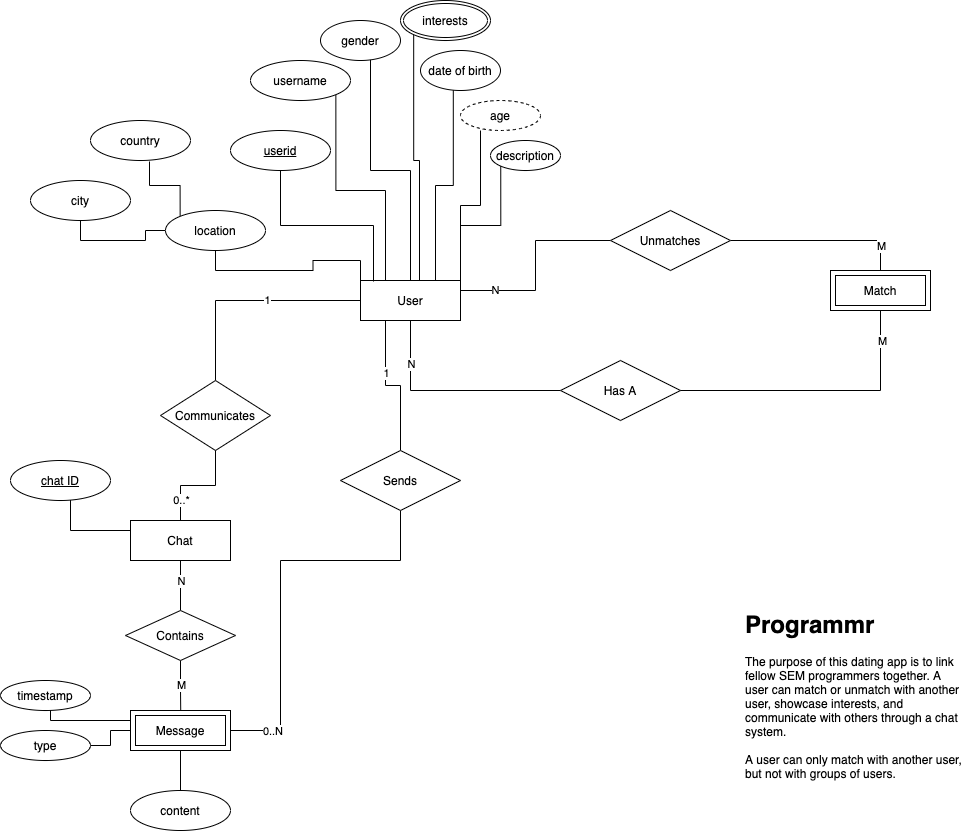
This is images/er_diagram.png from gsastraw/Programmr, a draw.io export, as it was before one commit. Source tidied: cells renumbered, new cells last; positions are measured from the earlier drawing's top-left corner, leaving out a move shared by most shapes. Its diagram source:
```xml
<mxGraphModel>
  <root>
    <mxCell id="0" />
    <mxCell id="1" parent="0" />
    <mxCell id="2" style="edgeStyle=orthogonalEdgeStyle;rounded=0;jettySize=auto;html=1;entryX=0.625;entryY=0.75;entryDx=0;entryDy=0;entryPerimeter=0;strokeColor=#000000;" parent="1" edge="1" source="16" target="20">
      <mxGeometry relative="1" as="geometry" />
    </mxCell>
    <mxCell id="3" style="edgeStyle=orthogonalEdgeStyle;rounded=0;jettySize=auto;html=1;exitX=0.75;exitY=0;exitDx=0;exitDy=0;strokeColor=#000000;entryX=0.41;entryY=0.975;entryDx=0;entryDy=0;entryPerimeter=0;endArrow=none;endFill=0;" parent="1" edge="1" source="16" target="21">
      <mxGeometry relative="1" as="geometry" />
    </mxCell>
    <mxCell id="4" style="edgeStyle=orthogonalEdgeStyle;rounded=0;jettySize=auto;html=1;exitX=0;exitY=0.5;exitDx=0;exitDy=0;strokeColor=#000000;endArrow=none;endFill=0;" parent="1" edge="1" source="16" target="25">
      <mxGeometry relative="1" as="geometry" />
    </mxCell>
    <mxCell id="5" value="1" style="edgeLabel;html=1;align=center;verticalAlign=middle;" parent="4" vertex="1">
      <mxGeometry x="-0.16" y="-1" relative="1" as="geometry" />
    </mxCell>
    <mxCell id="6" style="edgeStyle=orthogonalEdgeStyle;rounded=0;jettySize=auto;html=1;exitX=0.25;exitY=1;exitDx=0;exitDy=0;strokeColor=#000000;endArrow=none;endFill=0;" parent="1" edge="1" source="16" target="38">
      <mxGeometry relative="1" as="geometry" />
    </mxCell>
    <mxCell id="7" value="1" style="edgeLabel;html=1;align=center;verticalAlign=middle;" parent="6" vertex="1">
      <mxGeometry x="-0.28" relative="1" as="geometry" />
    </mxCell>
    <mxCell id="8" style="edgeStyle=orthogonalEdgeStyle;rounded=0;jettySize=auto;html=1;exitX=0.5;exitY=1;exitDx=0;exitDy=0;entryX=0;entryY=0.5;entryDx=0;entryDy=0;strokeColor=#000000;endArrow=none;endFill=0;" parent="1" edge="1" source="16" target="44">
      <mxGeometry relative="1" as="geometry" />
    </mxCell>
    <mxCell id="9" value="N" style="edgeLabel;html=1;align=center;verticalAlign=middle;" parent="8" vertex="1">
      <mxGeometry x="-0.61" relative="1" as="geometry" />
    </mxCell>
    <mxCell id="10" style="edgeStyle=orthogonalEdgeStyle;rounded=0;jettySize=auto;html=1;exitX=1;exitY=0.25;exitDx=0;exitDy=0;entryX=0;entryY=0.5;entryDx=0;entryDy=0;strokeColor=#000000;endArrow=none;endFill=0;" parent="1" edge="1" source="16" target="41">
      <mxGeometry relative="1" as="geometry" />
    </mxCell>
    <mxCell id="11" value="N" style="edgeLabel;html=1;align=center;verticalAlign=middle;" parent="10" vertex="1">
      <mxGeometry x="-0.66" y="1" relative="1" as="geometry" />
    </mxCell>
    <mxCell id="12" style="edgeStyle=orthogonalEdgeStyle;rounded=0;jettySize=auto;html=1;exitX=0.25;exitY=0;exitDx=0;exitDy=0;entryX=1;entryY=1;entryDx=0;entryDy=0;endArrow=none;endFill=0;strokeColor=#000000;" parent="1" edge="1" source="16" target="17">
      <mxGeometry relative="1" as="geometry" />
    </mxCell>
    <mxCell id="13" style="edgeStyle=orthogonalEdgeStyle;rounded=0;jettySize=auto;html=1;exitX=1;exitY=0;exitDx=0;exitDy=0;entryX=0;entryY=1;entryDx=0;entryDy=0;endArrow=none;endFill=0;strokeColor=#000000;" parent="1" edge="1" source="16" target="53">
      <mxGeometry relative="1" as="geometry" />
    </mxCell>
    <mxCell id="14" style="edgeStyle=orthogonalEdgeStyle;rounded=0;jettySize=auto;html=1;exitX=0;exitY=0;exitDx=0;exitDy=0;entryX=0.5;entryY=1;entryDx=0;entryDy=0;endArrow=none;endFill=0;strokeColor=#000000;" parent="1" edge="1" source="16" target="58">
      <mxGeometry relative="1" as="geometry" />
    </mxCell>
    <mxCell id="15" style="edgeStyle=orthogonalEdgeStyle;rounded=0;jettySize=auto;html=1;exitX=1;exitY=0;exitDx=0;exitDy=0;endArrow=none;endFill=0;strokeColor=#000000;" parent="1" edge="1" source="16">
      <mxGeometry relative="1" as="geometry">
        <mxPoint x="480" y="130" as="targetPoint" />
      </mxGeometry>
    </mxCell>
    <mxCell id="16" value="User" style="whiteSpace=wrap;html=1;align=center;" parent="1" vertex="1">
      <mxGeometry x="360" y="280" width="100" height="40" as="geometry" />
    </mxCell>
    <mxCell id="17" value="username" style="ellipse;whiteSpace=wrap;html=1;align=center;" parent="1" vertex="1">
      <mxGeometry x="250" y="60" width="100" height="40" as="geometry" />
    </mxCell>
    <mxCell id="18" style="edgeStyle=orthogonalEdgeStyle;rounded=0;jettySize=auto;html=1;exitX=0.5;exitY=1;exitDx=0;exitDy=0;entryX=0.13;entryY=0.025;entryDx=0;entryDy=0;entryPerimeter=0;endArrow=none;endFill=0;strokeColor=#000000;" parent="1" edge="1" source="19" target="16">
      <mxGeometry relative="1" as="geometry" />
    </mxCell>
    <mxCell id="19" value="userid" style="ellipse;whiteSpace=wrap;html=1;align=center;fontStyle=4;" parent="1" vertex="1">
      <mxGeometry x="230" y="130" width="100" height="40" as="geometry" />
    </mxCell>
    <mxCell id="20" value="gender" style="ellipse;whiteSpace=wrap;html=1;align=center;" parent="1" vertex="1">
      <mxGeometry x="320" y="20" width="80" height="40" as="geometry" />
    </mxCell>
    <mxCell id="21" value="date of birth" style="ellipse;whiteSpace=wrap;html=1;align=center;" parent="1" vertex="1">
      <mxGeometry x="420" y="50" width="80" height="40" as="geometry" />
    </mxCell>
    <mxCell id="22" style="edgeStyle=orthogonalEdgeStyle;rounded=0;jettySize=auto;html=1;exitX=0;exitY=1;exitDx=0;exitDy=0;entryX=0.59;entryY=0;entryDx=0;entryDy=0;entryPerimeter=0;endArrow=none;endFill=0;strokeColor=#000000;" parent="1" edge="1" source="55" target="16">
      <mxGeometry relative="1" as="geometry" />
    </mxCell>
    <mxCell id="23" value="country" style="ellipse;whiteSpace=wrap;html=1;align=center;" parent="1" vertex="1">
      <mxGeometry x="90" y="120" width="100" height="40" as="geometry" />
    </mxCell>
    <mxCell id="24" value="city" style="ellipse;whiteSpace=wrap;html=1;align=center;" parent="1" vertex="1">
      <mxGeometry x="30" y="180" width="100" height="40" as="geometry" />
    </mxCell>
    <mxCell id="25" value="Communicates" style="shape=rhombus;perimeter=rhombusPerimeter;whiteSpace=wrap;html=1;align=center;" parent="1" vertex="1">
      <mxGeometry x="160" y="380" width="110" height="70" as="geometry" />
    </mxCell>
    <mxCell id="26" style="edgeStyle=orthogonalEdgeStyle;rounded=0;jettySize=auto;html=1;exitX=0;exitY=0.25;exitDx=0;exitDy=0;strokeColor=#000000;" parent="1" edge="1" source="29">
      <mxGeometry relative="1" as="geometry">
        <mxPoint x="70" y="490" as="targetPoint" />
      </mxGeometry>
    </mxCell>
    <mxCell id="27" style="edgeStyle=orthogonalEdgeStyle;rounded=0;jettySize=auto;html=1;exitX=0.5;exitY=1;exitDx=0;exitDy=0;strokeColor=#000000;endArrow=none;endFill=0;" parent="1" edge="1" source="29" target="35">
      <mxGeometry relative="1" as="geometry" />
    </mxCell>
    <mxCell id="28" value="N" style="edgeLabel;html=1;align=center;verticalAlign=middle;" parent="27" vertex="1">
      <mxGeometry x="-0.2" y="3" relative="1" as="geometry">
        <mxPoint x="-3" as="offset" />
      </mxGeometry>
    </mxCell>
    <mxCell id="29" value="Chat" style="whiteSpace=wrap;html=1;align=center;" parent="1" vertex="1">
      <mxGeometry x="130" y="520" width="100" height="40" as="geometry" />
    </mxCell>
    <mxCell id="30" style="edgeStyle=orthogonalEdgeStyle;rounded=0;jettySize=auto;html=1;exitX=0.5;exitY=1;exitDx=0;exitDy=0;strokeColor=#000000;endArrow=none;" parent="1" edge="1" source="25" target="29">
      <mxGeometry relative="1" as="geometry" />
    </mxCell>
    <mxCell id="31" value="0..*" style="edgeLabel;html=1;align=center;verticalAlign=middle;" parent="30" vertex="1">
      <mxGeometry x="0.6" y="-1" relative="1" as="geometry">
        <mxPoint x="1" as="offset" />
      </mxGeometry>
    </mxCell>
    <mxCell id="32" value="&lt;u&gt;chat ID&lt;/u&gt;" style="ellipse;whiteSpace=wrap;html=1;align=center;" parent="1" vertex="1">
      <mxGeometry x="10" y="460" width="100" height="40" as="geometry" />
    </mxCell>
    <mxCell id="33" style="edgeStyle=orthogonalEdgeStyle;rounded=0;jettySize=auto;html=1;exitX=0.5;exitY=1;exitDx=0;exitDy=0;strokeColor=#000000;" parent="1" edge="1" source="35">
      <mxGeometry relative="1" as="geometry">
        <mxPoint x="180.3" y="720" as="targetPoint" />
      </mxGeometry>
    </mxCell>
    <mxCell id="34" value="M" style="edgeLabel;html=1;align=center;verticalAlign=middle;" parent="33" vertex="1">
      <mxGeometry x="-0.2" y="-2" relative="1" as="geometry">
        <mxPoint x="2" as="offset" />
      </mxGeometry>
    </mxCell>
    <mxCell id="35" value="Contains" style="shape=rhombus;perimeter=rhombusPerimeter;whiteSpace=wrap;html=1;align=center;" parent="1" vertex="1">
      <mxGeometry x="125" y="610" width="110" height="50" as="geometry" />
    </mxCell>
    <mxCell id="36" style="edgeStyle=orthogonalEdgeStyle;rounded=0;jettySize=auto;html=1;exitX=0.5;exitY=1;exitDx=0;exitDy=0;entryX=1;entryY=0.5;entryDx=0;entryDy=0;strokeColor=#000000;endArrow=none;endFill=0;" parent="1" edge="1" source="38">
      <mxGeometry relative="1" as="geometry">
        <mxPoint x="230" y="720" as="targetPoint" />
        <Array as="points">
          <mxPoint x="400" y="560" />
          <mxPoint x="280" y="560" />
          <mxPoint x="280" y="730" />
          <mxPoint x="230" y="730" />
        </Array>
      </mxGeometry>
    </mxCell>
    <mxCell id="37" value="0..N&amp;nbsp;" style="edgeLabel;html=1;align=center;verticalAlign=middle;" parent="36" vertex="1">
      <mxGeometry x="0.75" y="2" relative="1" as="geometry">
        <mxPoint x="2" y="-2" as="offset" />
      </mxGeometry>
    </mxCell>
    <mxCell id="38" value="Sends" style="shape=rhombus;perimeter=rhombusPerimeter;whiteSpace=wrap;html=1;align=center;" parent="1" vertex="1">
      <mxGeometry x="340" y="450" width="120" height="60" as="geometry" />
    </mxCell>
    <mxCell id="39" style="edgeStyle=orthogonalEdgeStyle;rounded=0;jettySize=auto;html=1;exitX=1;exitY=0.5;exitDx=0;exitDy=0;entryX=0.5;entryY=0;entryDx=0;entryDy=0;endArrow=none;endFill=0;" parent="1" edge="1" source="41" target="45">
      <mxGeometry relative="1" as="geometry" />
    </mxCell>
    <mxCell id="40" value="M" style="edgeLabel;html=1;align=center;verticalAlign=middle;" parent="39" vertex="1">
      <mxGeometry x="0.72" y="2" relative="1" as="geometry">
        <mxPoint x="-2" as="offset" />
      </mxGeometry>
    </mxCell>
    <mxCell id="41" value="Unmatches" style="shape=rhombus;perimeter=rhombusPerimeter;whiteSpace=wrap;html=1;align=center;" parent="1" vertex="1">
      <mxGeometry x="610" y="210" width="120" height="60" as="geometry" />
    </mxCell>
    <mxCell id="42" style="edgeStyle=orthogonalEdgeStyle;rounded=0;jettySize=auto;html=1;exitX=1;exitY=1;exitDx=0;exitDy=0;entryX=0.5;entryY=1;entryDx=0;entryDy=0;strokeColor=#000000;endArrow=none;endFill=0;" parent="1" edge="1" source="44" target="45">
      <mxGeometry relative="1" as="geometry">
        <Array as="points">
          <mxPoint x="650" y="390" />
          <mxPoint x="880" y="390" />
        </Array>
      </mxGeometry>
    </mxCell>
    <mxCell id="43" value="M" style="edgeLabel;html=1;align=center;verticalAlign=middle;" parent="42" vertex="1">
      <mxGeometry x="0.81" y="-1" relative="1" as="geometry" />
    </mxCell>
    <mxCell id="44" value="Has A" style="shape=rhombus;perimeter=rhombusPerimeter;whiteSpace=wrap;html=1;align=center;" parent="1" vertex="1">
      <mxGeometry x="560" y="360" width="120" height="60" as="geometry" />
    </mxCell>
    <mxCell id="45" value="Match" style="shape=ext;margin=3;double=1;whiteSpace=wrap;html=1;align=center;" parent="1" vertex="1">
      <mxGeometry x="830" y="270" width="100" height="40" as="geometry" />
    </mxCell>
    <mxCell id="46" style="edgeStyle=orthogonalEdgeStyle;rounded=0;jettySize=auto;html=1;exitX=0;exitY=0.25;exitDx=0;exitDy=0;endArrow=none;endFill=0;strokeColor=#000000;" parent="1" edge="1" source="49">
      <mxGeometry relative="1" as="geometry">
        <mxPoint x="50" y="700" as="targetPoint" />
      </mxGeometry>
    </mxCell>
    <mxCell id="47" style="edgeStyle=orthogonalEdgeStyle;rounded=0;jettySize=auto;html=1;exitX=0;exitY=0.5;exitDx=0;exitDy=0;endArrow=none;endFill=0;strokeColor=#000000;" parent="1" edge="1" source="49" target="51">
      <mxGeometry relative="1" as="geometry" />
    </mxCell>
    <mxCell id="48" style="edgeStyle=orthogonalEdgeStyle;rounded=0;jettySize=auto;html=1;exitX=0.5;exitY=1;exitDx=0;exitDy=0;endArrow=none;endFill=0;strokeColor=#000000;" parent="1" edge="1" source="49">
      <mxGeometry relative="1" as="geometry">
        <mxPoint x="180" y="800" as="targetPoint" />
      </mxGeometry>
    </mxCell>
    <mxCell id="49" value="Message" style="shape=ext;margin=3;double=1;whiteSpace=wrap;html=1;align=center;" parent="1" vertex="1">
      <mxGeometry x="130" y="710" width="100" height="40" as="geometry" />
    </mxCell>
    <mxCell id="50" value="timestamp" style="ellipse;whiteSpace=wrap;html=1;align=center;" parent="1" vertex="1">
      <mxGeometry y="680" width="90" height="30" as="geometry" />
    </mxCell>
    <mxCell id="51" value="type" style="ellipse;whiteSpace=wrap;html=1;align=center;" parent="1" vertex="1">
      <mxGeometry y="730" width="90" height="30" as="geometry" />
    </mxCell>
    <mxCell id="52" value="&lt;h1&gt;Programmr&lt;/h1&gt;&lt;div&gt;The purpose of this dating app is to link fellow SEM programmers together. A user can match or unmatch with another user, showcase interests, and communicate with others through a chat system.&amp;nbsp;&lt;/div&gt;&lt;div&gt;&lt;br&gt;&lt;/div&gt;&lt;div&gt;A user can only match with another user, but not with groups of users.&lt;/div&gt;" style="text;html=1;strokeColor=none;fillColor=none;spacing=5;spacingTop=-20;whiteSpace=wrap;overflow=hidden;rounded=0;" parent="1" vertex="1">
      <mxGeometry x="740" y="605" width="230" height="180" as="geometry" />
    </mxCell>
    <mxCell id="53" value="description" style="ellipse;whiteSpace=wrap;html=1;align=center;" parent="1" vertex="1">
      <mxGeometry x="490" y="140" width="70" height="30" as="geometry" />
    </mxCell>
    <mxCell id="54" value="content" style="ellipse;whiteSpace=wrap;html=1;align=center;" parent="1" vertex="1">
      <mxGeometry x="130" y="790" width="100" height="40" as="geometry" />
    </mxCell>
    <mxCell id="55" value="interests" style="ellipse;shape=doubleEllipse;margin=3;whiteSpace=wrap;html=1;align=center;" parent="1" vertex="1">
      <mxGeometry x="400" width="90" height="40" as="geometry" />
    </mxCell>
    <mxCell id="56" style="edgeStyle=orthogonalEdgeStyle;rounded=0;jettySize=auto;html=1;exitX=0;exitY=0;exitDx=0;exitDy=0;entryX=0.59;entryY=1.025;entryDx=0;entryDy=0;entryPerimeter=0;endArrow=none;endFill=0;strokeColor=#000000;" parent="1" edge="1" source="58" target="23">
      <mxGeometry relative="1" as="geometry" />
    </mxCell>
    <mxCell id="57" style="edgeStyle=orthogonalEdgeStyle;rounded=0;jettySize=auto;html=1;exitX=0;exitY=0.5;exitDx=0;exitDy=0;entryX=0.5;entryY=1;entryDx=0;entryDy=0;endArrow=none;endFill=0;strokeColor=#000000;" parent="1" edge="1" source="58" target="24">
      <mxGeometry relative="1" as="geometry" />
    </mxCell>
    <mxCell id="58" value="location" style="ellipse;whiteSpace=wrap;html=1;align=center;" parent="1" vertex="1">
      <mxGeometry x="165" y="210" width="100" height="40" as="geometry" />
    </mxCell>
    <mxCell id="59" value="age" style="ellipse;whiteSpace=wrap;html=1;align=center;dashed=1;" parent="1" vertex="1">
      <mxGeometry x="460" y="100" width="80" height="30" as="geometry" />
    </mxCell>
  </root>
</mxGraphModel>
```
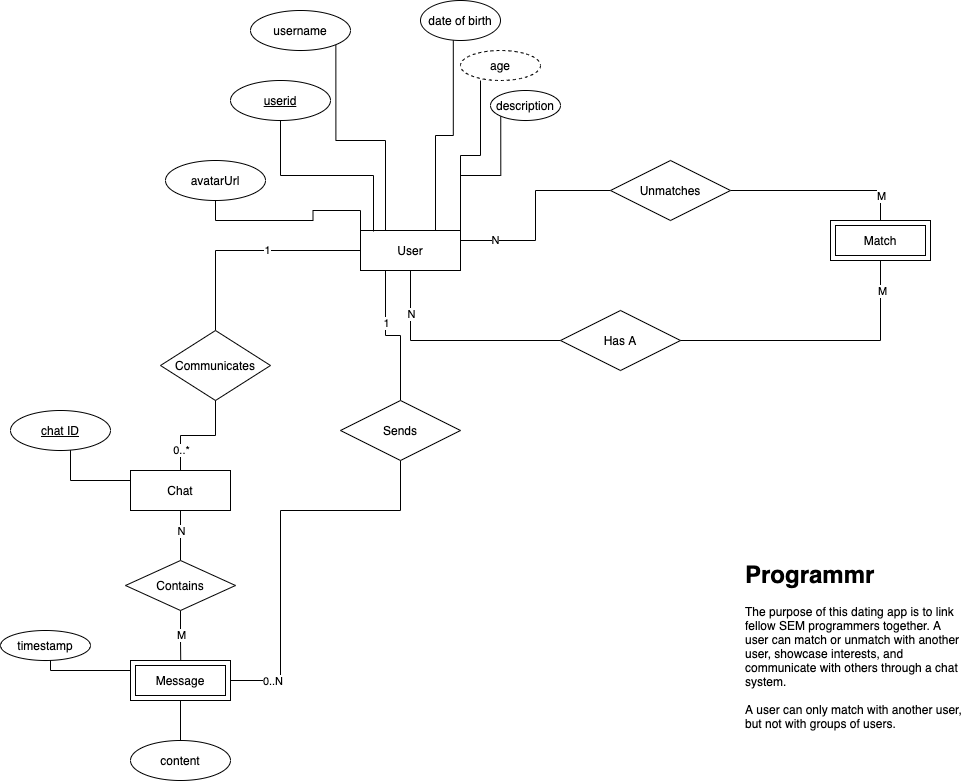
Later version of the same file.

Change to the diagram source:
```diff
@@ -2,9 +2,6 @@
   <root>
     <mxCell id="0" />
     <mxCell id="1" parent="0" />
-    <mxCell id="2" style="edgeStyle=orthogonalEdgeStyle;rounded=0;jettySize=auto;html=1;entryX=0.625;entryY=0.75;entryDx=0;entryDy=0;entryPerimeter=0;strokeColor=#000000;" parent="1" edge="1" source="16" target="20">
-      <mxGeometry relative="1" as="geometry" />
-    </mxCell>
     <mxCell id="3" style="edgeStyle=orthogonalEdgeStyle;rounded=0;jettySize=auto;html=1;exitX=0.75;exitY=0;exitDx=0;exitDy=0;strokeColor=#000000;entryX=0.41;entryY=0.975;entryDx=0;entryDy=0;entryPerimeter=0;endArrow=none;endFill=0;" parent="1" edge="1" source="16" target="21">
       <mxGeometry relative="1" as="geometry" />
     </mxCell>
@@ -58,21 +55,9 @@
     <mxCell id="19" value="userid" style="ellipse;whiteSpace=wrap;html=1;align=center;fontStyle=4;" parent="1" vertex="1">
       <mxGeometry x="230" y="130" width="100" height="40" as="geometry" />
     </mxCell>
-    <mxCell id="20" value="gender" style="ellipse;whiteSpace=wrap;html=1;align=center;" parent="1" vertex="1">
-      <mxGeometry x="320" y="20" width="80" height="40" as="geometry" />
-    </mxCell>
     <mxCell id="21" value="date of birth" style="ellipse;whiteSpace=wrap;html=1;align=center;" parent="1" vertex="1">
       <mxGeometry x="420" y="50" width="80" height="40" as="geometry" />
     </mxCell>
-    <mxCell id="22" style="edgeStyle=orthogonalEdgeStyle;rounded=0;jettySize=auto;html=1;exitX=0;exitY=1;exitDx=0;exitDy=0;entryX=0.59;entryY=0;entryDx=0;entryDy=0;entryPerimeter=0;endArrow=none;endFill=0;strokeColor=#000000;" parent="1" edge="1" source="55" target="16">
-      <mxGeometry relative="1" as="geometry" />
-    </mxCell>
-    <mxCell id="23" value="country" style="ellipse;whiteSpace=wrap;html=1;align=center;" parent="1" vertex="1">
-      <mxGeometry x="90" y="120" width="100" height="40" as="geometry" />
-    </mxCell>
-    <mxCell id="24" value="city" style="ellipse;whiteSpace=wrap;html=1;align=center;" parent="1" vertex="1">
-      <mxGeometry x="30" y="180" width="100" height="40" as="geometry" />
-    </mxCell>
     <mxCell id="25" value="Communicates" style="shape=rhombus;perimeter=rhombusPerimeter;whiteSpace=wrap;html=1;align=center;" parent="1" vertex="1">
       <mxGeometry x="160" y="380" width="110" height="70" as="geometry" />
     </mxCell>
@@ -168,9 +153,6 @@
         <mxPoint x="50" y="700" as="targetPoint" />
       </mxGeometry>
     </mxCell>
-    <mxCell id="47" style="edgeStyle=orthogonalEdgeStyle;rounded=0;jettySize=auto;html=1;exitX=0;exitY=0.5;exitDx=0;exitDy=0;endArrow=none;endFill=0;strokeColor=#000000;" parent="1" edge="1" source="49" target="51">
-      <mxGeometry relative="1" as="geometry" />
-    </mxCell>
     <mxCell id="48" style="edgeStyle=orthogonalEdgeStyle;rounded=0;jettySize=auto;html=1;exitX=0.5;exitY=1;exitDx=0;exitDy=0;endArrow=none;endFill=0;strokeColor=#000000;" parent="1" edge="1" source="49">
       <mxGeometry relative="1" as="geometry">
         <mxPoint x="180" y="800" as="targetPoint" />
@@ -182,9 +164,6 @@
     <mxCell id="50" value="timestamp" style="ellipse;whiteSpace=wrap;html=1;align=center;" parent="1" vertex="1">
       <mxGeometry y="680" width="90" height="30" as="geometry" />
     </mxCell>
-    <mxCell id="51" value="type" style="ellipse;whiteSpace=wrap;html=1;align=center;" parent="1" vertex="1">
-      <mxGeometry y="730" width="90" height="30" as="geometry" />
-    </mxCell>
     <mxCell id="52" value="&lt;h1&gt;Programmr&lt;/h1&gt;&lt;div&gt;The purpose of this dating app is to link fellow SEM programmers together. A user can match or unmatch with another user, showcase interests, and communicate with others through a chat system.&amp;nbsp;&lt;/div&gt;&lt;div&gt;&lt;br&gt;&lt;/div&gt;&lt;div&gt;A user can only match with another user, but not with groups of users.&lt;/div&gt;" style="text;html=1;strokeColor=none;fillColor=none;spacing=5;spacingTop=-20;whiteSpace=wrap;overflow=hidden;rounded=0;" parent="1" vertex="1">
       <mxGeometry x="740" y="605" width="230" height="180" as="geometry" />
     </mxCell>
@@ -194,16 +173,7 @@
     <mxCell id="54" value="content" style="ellipse;whiteSpace=wrap;html=1;align=center;" parent="1" vertex="1">
       <mxGeometry x="130" y="790" width="100" height="40" as="geometry" />
     </mxCell>
-    <mxCell id="55" value="interests" style="ellipse;shape=doubleEllipse;margin=3;whiteSpace=wrap;html=1;align=center;" parent="1" vertex="1">
-      <mxGeometry x="400" width="90" height="40" as="geometry" />
-    </mxCell>
-    <mxCell id="56" style="edgeStyle=orthogonalEdgeStyle;rounded=0;jettySize=auto;html=1;exitX=0;exitY=0;exitDx=0;exitDy=0;entryX=0.59;entryY=1.025;entryDx=0;entryDy=0;entryPerimeter=0;endArrow=none;endFill=0;strokeColor=#000000;" parent="1" edge="1" source="58" target="23">
-      <mxGeometry relative="1" as="geometry" />
-    </mxCell>
-    <mxCell id="57" style="edgeStyle=orthogonalEdgeStyle;rounded=0;jettySize=auto;html=1;exitX=0;exitY=0.5;exitDx=0;exitDy=0;entryX=0.5;entryY=1;entryDx=0;entryDy=0;endArrow=none;endFill=0;strokeColor=#000000;" parent="1" edge="1" source="58" target="24">
-      <mxGeometry relative="1" as="geometry" />
-    </mxCell>
-    <mxCell id="58" value="location" style="ellipse;whiteSpace=wrap;html=1;align=center;" parent="1" vertex="1">
+    <mxCell id="58" value="avatarUrl" style="ellipse;whiteSpace=wrap;html=1;align=center;" parent="1" vertex="1">
       <mxGeometry x="165" y="210" width="100" height="40" as="geometry" />
     </mxCell>
     <mxCell id="59" value="age" style="ellipse;whiteSpace=wrap;html=1;align=center;dashed=1;" parent="1" vertex="1">
```
